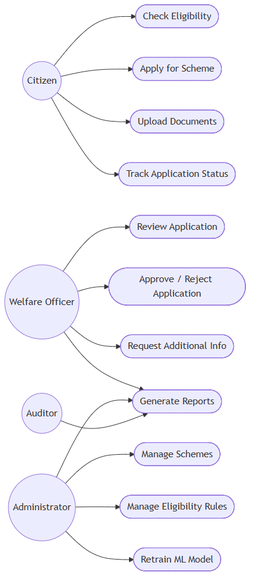
Earlier version of the Mermaid export documentation/Use_Case_Diagram.png (Karthi247/Government-Welfare-Advisory-System). Its source is kept beside it as documentation/Use_Case_Diagram.mmd.
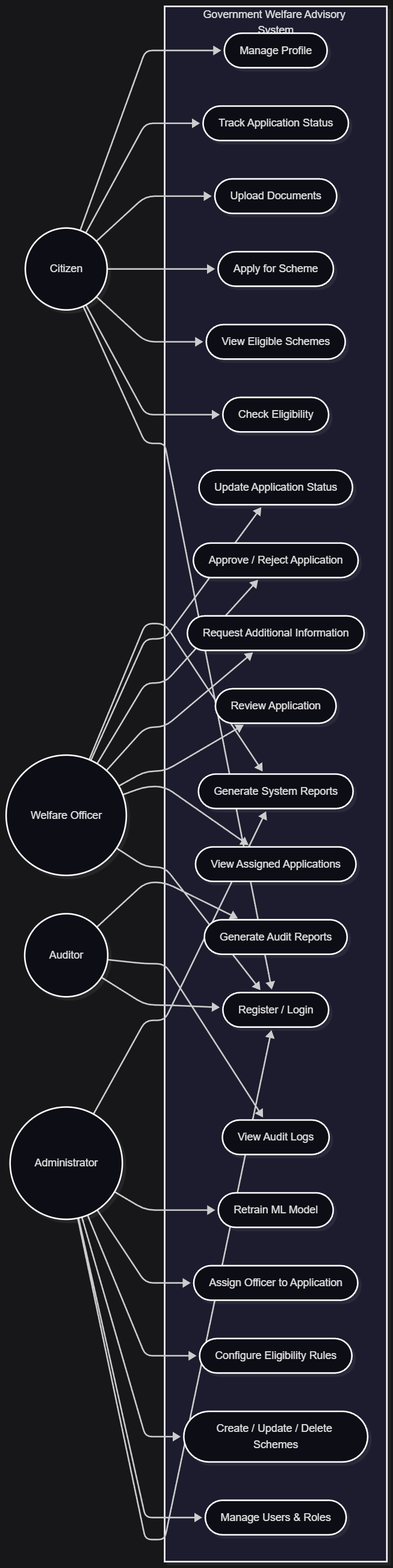
Later version of the same file.

Change to the diagram source:
```diff
@@ -1,36 +1,63 @@
 flowchart LR
-  Citizen((Citizen))
-  Officer((Welfare Officer))
-  Admin((Administrator))
-  Auditor((Auditor))
 
-  UC1([Check Eligibility])
-  UC2([Apply for Scheme])
-  UC3([Upload Documents])
-  UC4([Track Application Status])
+Citizen((Citizen))
+Officer((Welfare Officer))
+Admin((Administrator))
+Auditor((Auditor))
 
-  UC5([Review Application])
-  UC6([Approve / Reject Application])
-  UC7([Request Additional Info])
+subgraph System["Government Welfare Advisory System"]
 
-  UC8([Manage Schemes])
-  UC9([Manage Eligibility Rules])
-  UC10([Retrain ML Model])
-  UC11([Generate Reports])
+    UC_Login([Register / Login])
+    UC_Check([Check Eligibility])
+    UC_ViewSchemes([View Eligible Schemes])
+    UC_Apply([Apply for Scheme])
+    UC_Upload([Upload Documents])
+    UC_Track([Track Application Status])
+    UC_UpdateProfile([Manage Profile])
 
-  Citizen --> UC1
-  Citizen --> UC2
-  Citizen --> UC3
-  Citizen --> UC4
+    UC_ViewAssigned([View Assigned Applications])
+    UC_Review([Review Application])
+    UC_RequestInfo([Request Additional Information])
+    UC_ApproveReject([Approve / Reject Application])
+    UC_UpdateStatus([Update Application Status])
 
-  Officer --> UC5
-  Officer --> UC6
-  Officer --> UC7
-  Officer --> UC11
+    UC_ManageUsers([Manage Users & Roles])
+    UC_ManageSchemes([Create / Update / Delete Schemes])
+    UC_ManageRules([Configure Eligibility Rules])
+    UC_AssignOfficer([Assign Officer to Application])
+    UC_RetrainModel([Retrain ML Model])
+    UC_SystemReports([Generate System Reports])
 
-  Admin --> UC8
-  Admin --> UC9
-  Admin --> UC10
-  Admin --> UC11
+    UC_ViewLogs([View Audit Logs])
+    UC_AuditReports([Generate Audit Reports])
 
-  Auditor --> UC11
+end
+
+
+Citizen --> UC_Login
+Citizen --> UC_Check
+Citizen --> UC_ViewSchemes
+Citizen --> UC_Apply
+Citizen --> UC_Upload
+Citizen --> UC_Track
+Citizen --> UC_UpdateProfile
+
+Officer --> UC_Login
+Officer --> UC_ViewAssigned
+Officer --> UC_Review
+Officer --> UC_RequestInfo
+Officer --> UC_ApproveReject
+Officer --> UC_UpdateStatus
+Officer --> UC_SystemReports
+
+Admin --> UC_Login
+Admin --> UC_ManageUsers
+Admin --> UC_ManageSchemes
+Admin --> UC_ManageRules
+Admin --> UC_AssignOfficer
+Admin --> UC_RetrainModel
+Admin --> UC_SystemReports
+
+Auditor --> UC_Login
+Auditor --> UC_ViewLogs
+Auditor --> UC_AuditReports
```
